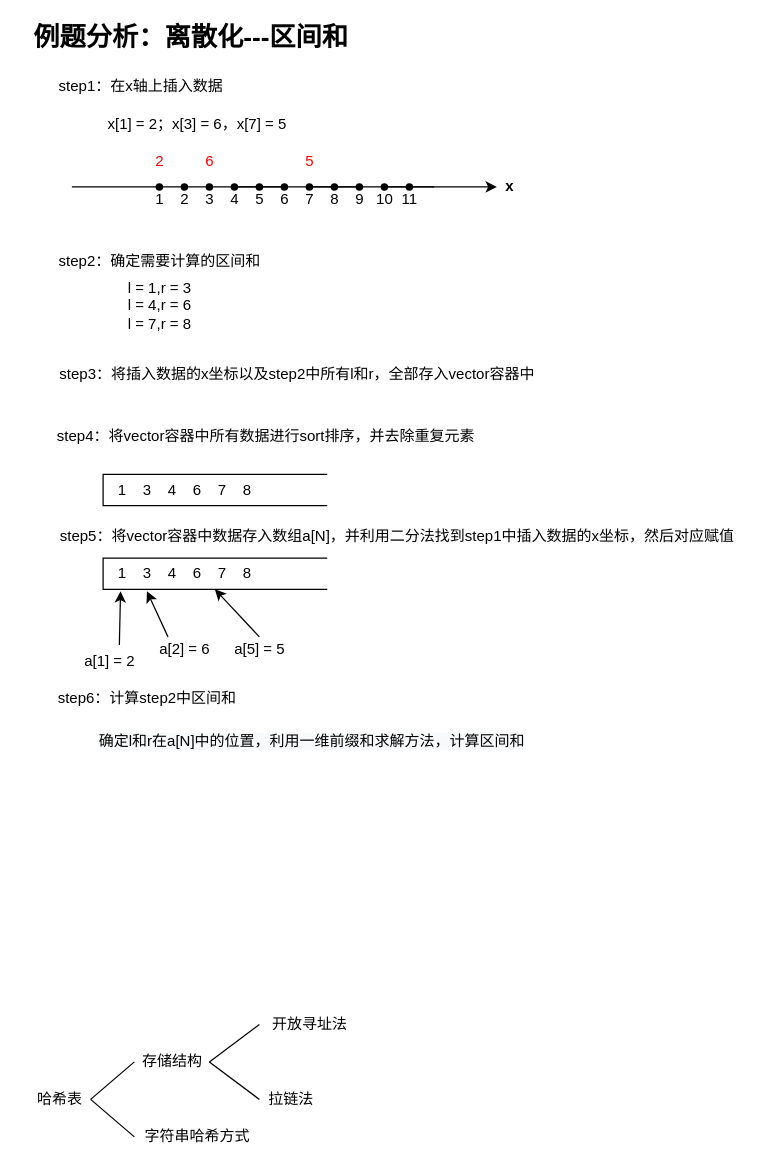
Above: page "Page-2" (2 of 2) of Untitled Diagram.drawio in winnerlqy/Images (draw.io), before the change. Source tidied: cells renumbered, new cells numbered last; positions are measured from the earlier drawing's top-left corner, leaving out a move shared by most shapes. Both pictures are drawn from the tidied source at 125%, with x=0, y=0 at pixel (21, 24).
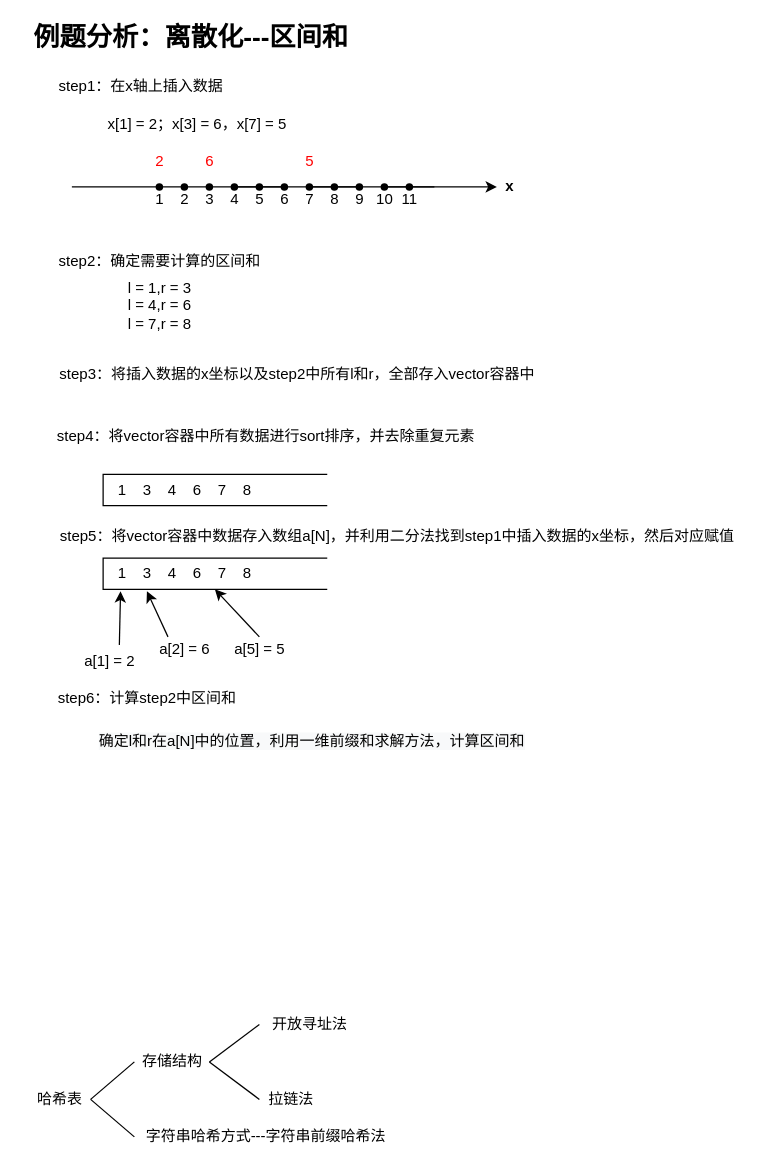
After the change.

Change to the diagram source:
```diff
@@
-    <mxCell id="76" value="字符串哈希方式" style="text;html=1;align=center;verticalAlign=middle;strokeColor=none;fillColor=none;" parent="1" vertex="1">
-      <mxGeometry x="90" y="880" width="100" height="20" as="geometry" />
+    <mxCell id="76" value="字符串哈希方式---字符串前缀哈希法" style="text;html=1;align=center;verticalAlign=middle;strokeColor=none;fillColor=none;" parent="1" vertex="1">
+      <mxGeometry x="90" y="880" width="210" height="20" as="geometry" />
     </mxCell>
```
